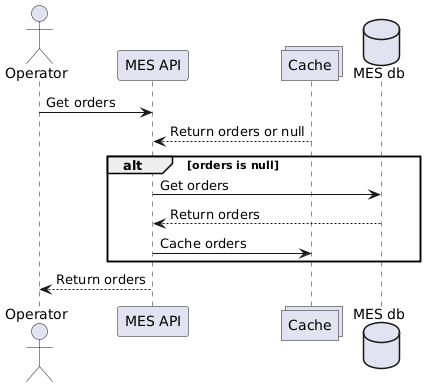
This is Task5/kewerly_sequence_diagram.png from Ilya13/architecture-alexandrite, a PlantUML export, as it was before one commit. Its diagram source:
```plantuml
@startuml
actor Operator as Operator
participant "MES API" as MES_API
collections "Cache" as Cache
database "MES db" as MES_DB

Operator -> MES_API: Get orders
MES_API <-- Cache: Return orders or null
alt orders is null
    MES_API -> MES_DB: Get orders
    MES_API <-- MES_DB: Return orders
    MES_API -> Cache: Cache orders
end

Operator <-- MES_API: Return orders
@enduml
```
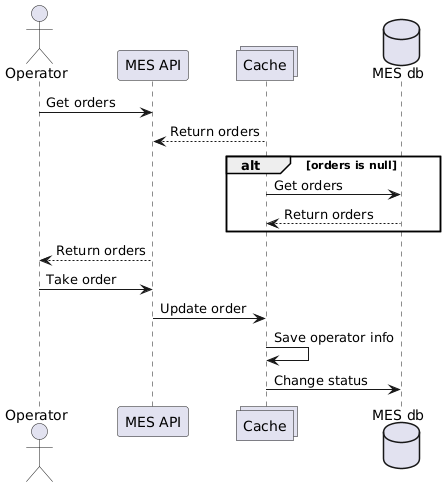
The same diagram one commit later.

Change to the diagram source:
```diff
@@ -5,12 +5,16 @@
 database "MES db" as MES_DB
 
 Operator -> MES_API: Get orders
-MES_API <-- Cache: Return orders or null
+MES_API <-- Cache: Return orders
 alt orders is null
-    MES_API -> MES_DB: Get orders
-    MES_API <-- MES_DB: Return orders
-    MES_API -> Cache: Cache orders
+    Cache -> MES_DB: Get orders
+    Cache <-- MES_DB: Return orders
 end
 
 Operator <-- MES_API: Return orders
+
+Operator -> MES_API: Take order
+MES_API -> Cache: Update order
+Cache -> Cache: Save operator info
+Cache -> MES_DB: Change status
 @enduml
```
